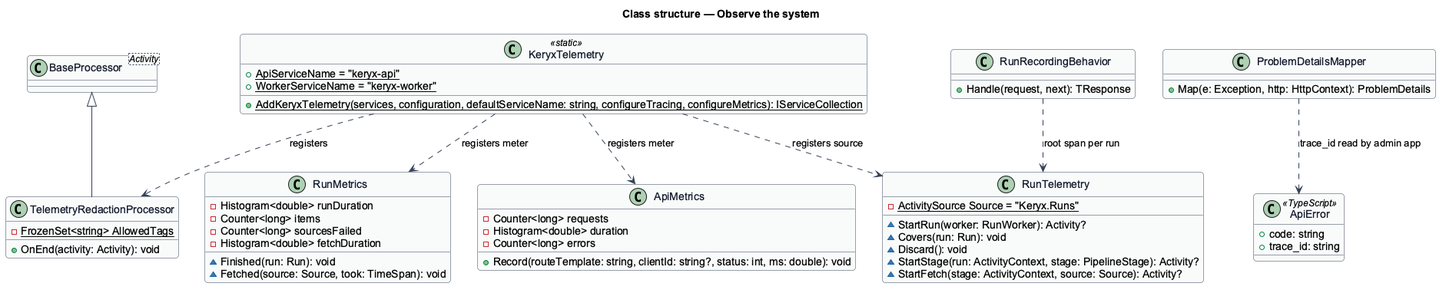
Above: docs/detailed-designs/operations/observe-the-system/diagrams/class-structure.png in QuinntyneBrown/keryx (PlantUML), before the change.
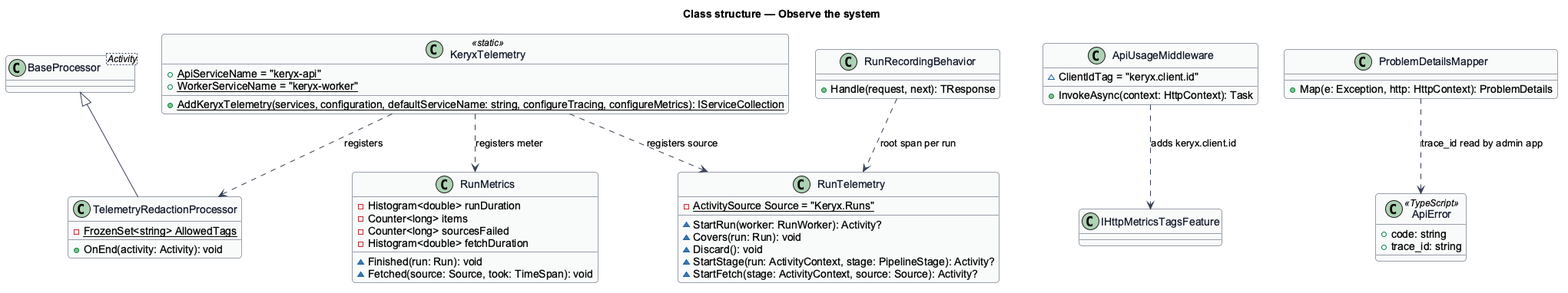
After the commit.

Commit message:
Measure and trace consumer requests by route template and client

Change to the diagram source:
```diff
@@ -39,11 +39,9 @@
   ~Finished(run: Run): void
   ~Fetched(source: Source, took: TimeSpan): void
 }
-class ApiMetrics {
-  -Counter<long> requests
-  -Histogram<double> duration
-  -Counter<long> errors
-  +Record(routeTemplate: string, clientId: string?, status: int, ms: double): void
+class ApiUsageMiddleware {
+  ~ClientIdTag = "keryx.client.id"
+  +InvokeAsync(context: HttpContext): Task
 }
 class ProblemDetailsMapper {
   +Map(e: Exception, http: HttpContext): ProblemDetails
@@ -59,6 +57,6 @@
 KeryxTelemetry ..> RunTelemetry : registers source
 RunRecordingBehavior ..> RunTelemetry : root span per run
 KeryxTelemetry ..> RunMetrics : registers meter
-KeryxTelemetry ..> ApiMetrics : registers meter
+ApiUsageMiddleware ..> IHttpMetricsTagsFeature : adds keryx.client.id
 ProblemDetailsMapper ..> ApiError : trace_id read by admin app
 @enduml
```
